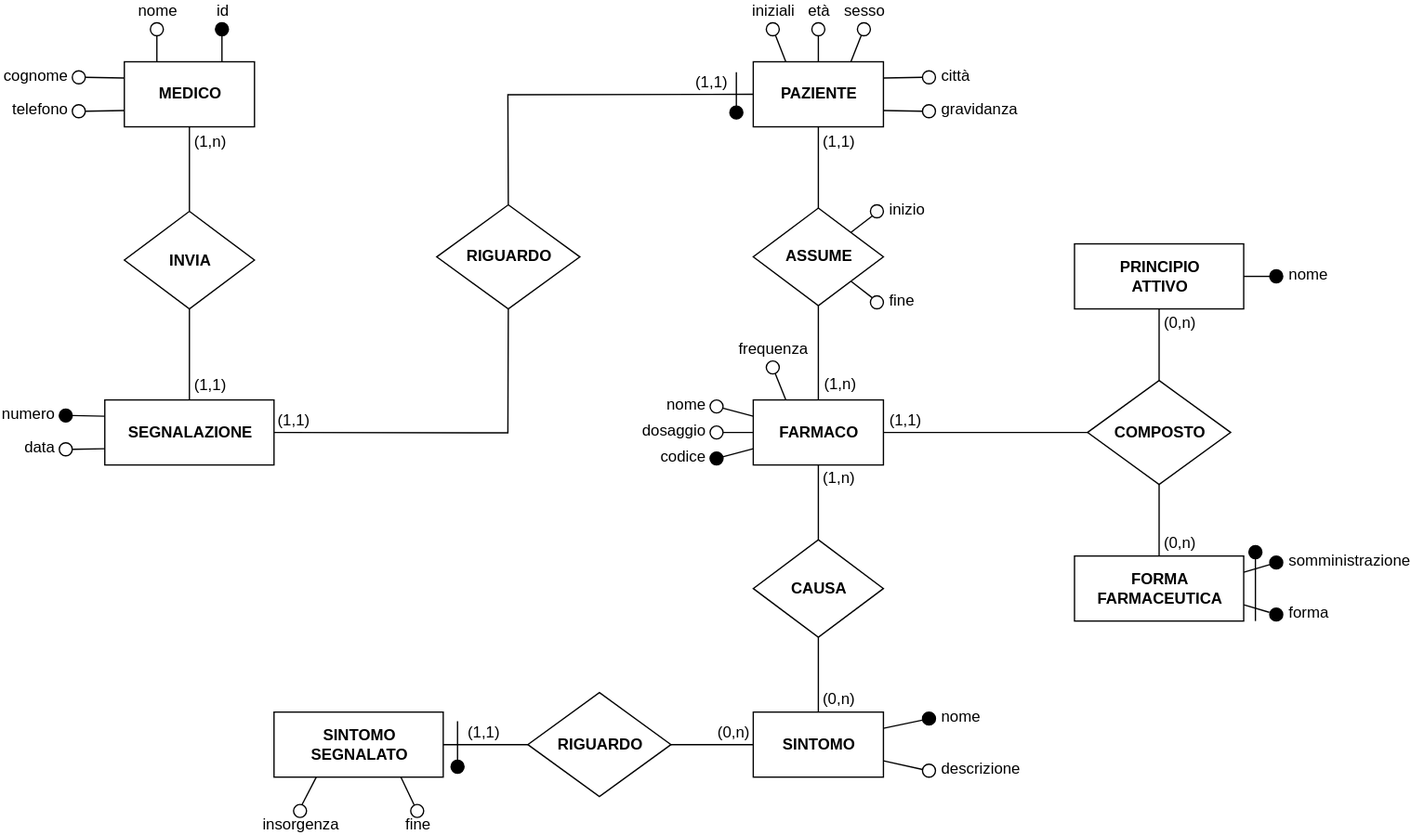
This is schematics/er-diagram.svg from MatteoCarnelos/DB-SEA, a draw.io export, as it was before one commit. Source tidied: cells renumbered, new cells last; positions are measured from the earlier drawing's top-left corner, leaving out a move shared by most shapes.
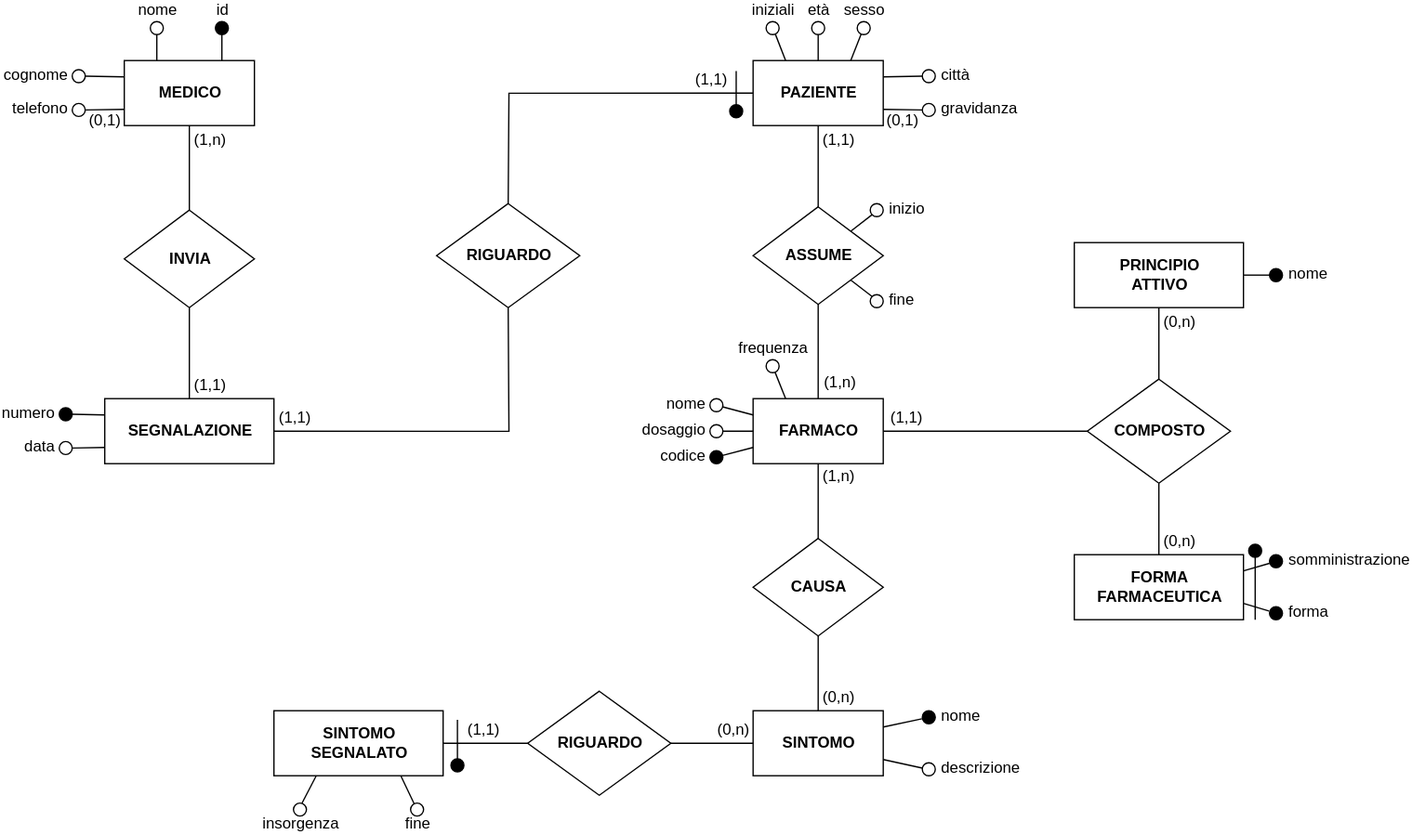
Later version of the same file.

Change to the diagram source:
```diff
@@ -14,6 +14,11 @@
     <mxCell id="5" style="edgeStyle=none;rounded=0;comic=0;jumpStyle=none;jumpSize=6;jettySize=auto;html=1;exitX=0;exitY=0.75;exitDx=0;exitDy=0;entryX=1;entryY=0.5;entryDx=0;entryDy=0;endArrow=none;endFill=0;" parent="1" edge="1" source="6" target="10">
       <mxGeometry relative="1" as="geometry" />
     </mxCell>
+    <mxCell id="96" value="(0,1)" style="text;html=1;align=center;verticalAlign=top;labelBackgroundColor=#ffffff;labelPosition=center;verticalLabelPosition=bottom;spacing=0;" parent="5" vertex="1">
+      <mxGeometry relative="1" as="geometry">
+        <mxPoint x="0.1" y="-3.8" as="offset" />
+      </mxGeometry>
+    </mxCell>
     <mxCell id="6" value="&lt;b&gt;MEDICO&lt;br&gt;&lt;/b&gt;" style="whiteSpace=wrap;html=1;align=center;" parent="1" vertex="1">
       <mxGeometry x="50" y="30" width="100" height="50" as="geometry" />
     </mxCell>
@@ -114,6 +119,11 @@
     <mxCell id="35" style="edgeStyle=none;rounded=0;comic=0;jumpStyle=none;jumpSize=6;jettySize=auto;html=1;exitX=0;exitY=0.5;exitDx=0;exitDy=0;entryX=1;entryY=0.75;entryDx=0;entryDy=0;endArrow=none;endFill=0;" parent="1" edge="1" source="36" target="27">
       <mxGeometry relative="1" as="geometry" />
     </mxCell>
+    <mxCell id="97" value="(0,1)" style="text;html=1;align=center;verticalAlign=top;labelBackgroundColor=#ffffff;labelPosition=center;verticalLabelPosition=bottom;spacing=0;" parent="35" vertex="1">
+      <mxGeometry x="0.04" relative="1" as="geometry">
+        <mxPoint y="-3.7" as="offset" />
+      </mxGeometry>
+    </mxCell>
     <mxCell id="36" value="gravidanza" style="ellipse;whiteSpace=wrap;html=1;fillColor=#FAFAFA;spacingBottom=2;labelPosition=right;verticalLabelPosition=middle;align=left;verticalAlign=middle;spacing=5;" parent="1" vertex="1">
       <mxGeometry x="663.2" y="63" width="10" height="10" as="geometry" />
     </mxCell>
```
